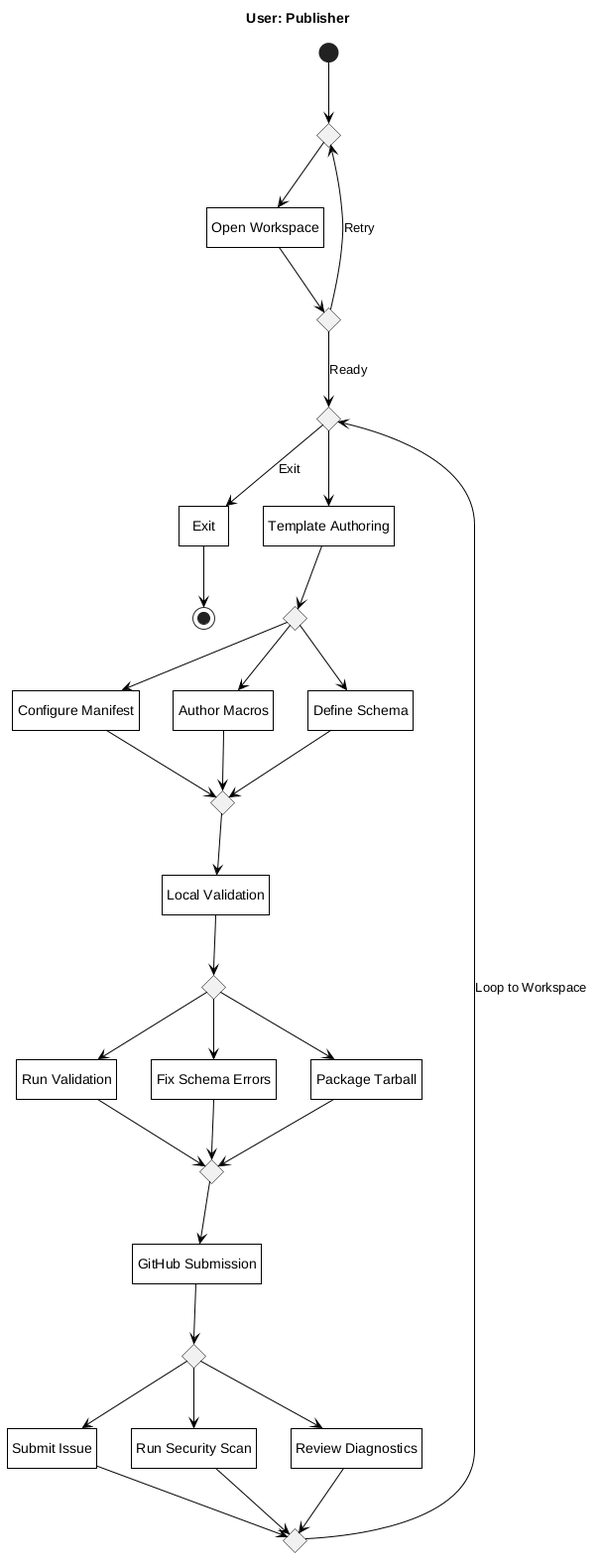
This is Figures/state-machine/state-user-publisher.png from Litho-MD/uet-fyp-docs, a PlantUML export, as it was before one commit.
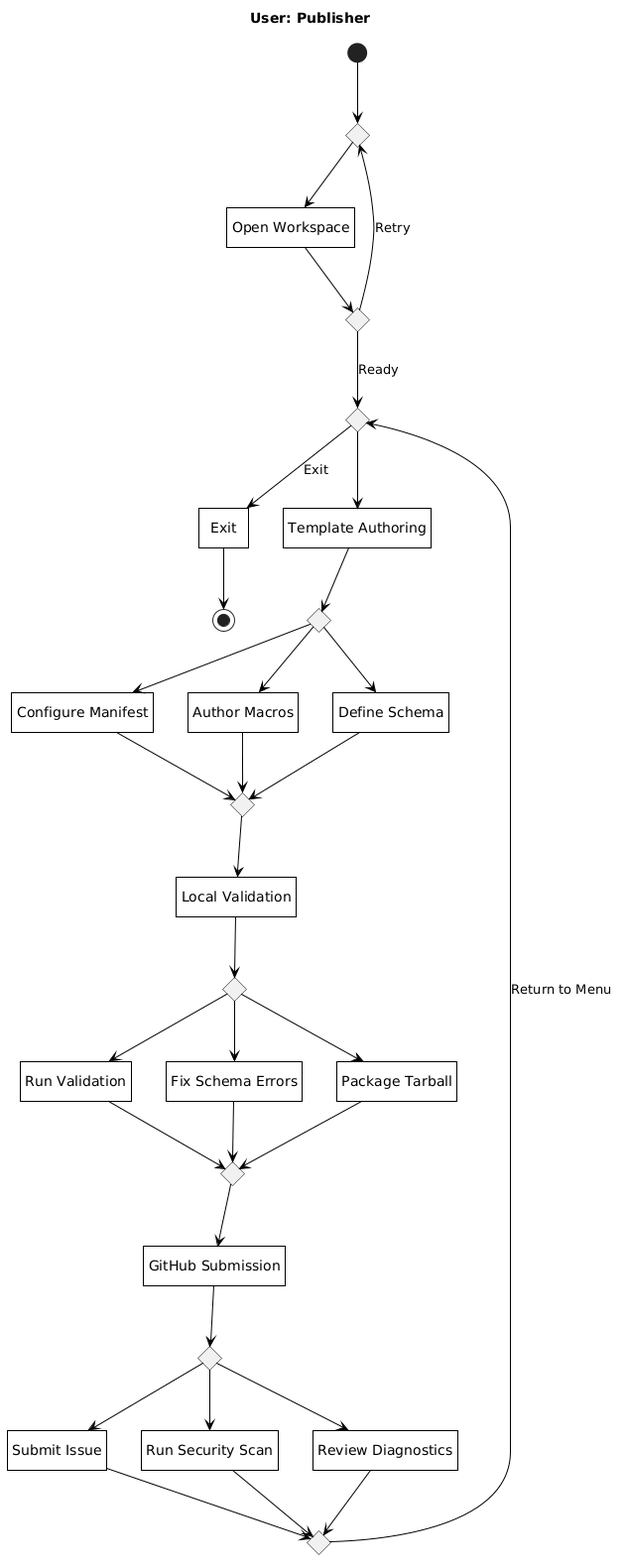
Above is the later version.

Diff of the diagram source:
```diff
@@ -1,4 +1,4 @@
-@startuml state-user-publisher
+@startuml
 title User: Publisher
 
 hide empty description
@@ -80,6 +80,5 @@
 f3_2 --> c_f3_m
 f3_3 --> c_f3_m
 
-c_f3_m --> c_menu : Loop to Workspace
-
+c_f3_m --> c_menu : Return to Menu
 @enduml
```
